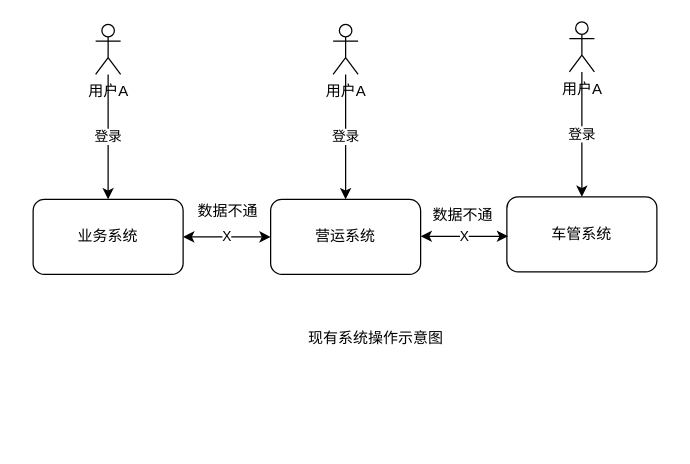
The draw.io diagram 历史系统.drawio in ammengke/my-drawio, before the edit. Source tidied: cells renumbered, new cells numbered last; positions are measured from the earlier drawing's top-left corner, leaving out a move shared by most shapes. Both pictures are drawn from the tidied source at 125%, with x=0, y=0 at pixel (32, 21).
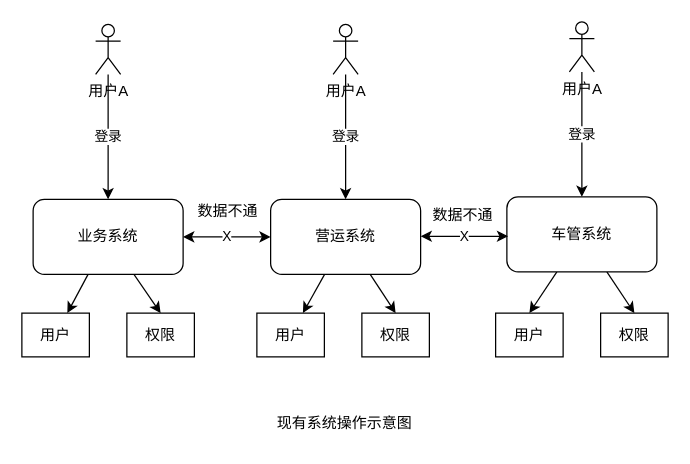
After the change.

The change refers to these unchanged cells:
```xml
<mxCell id="4" value="业务系统" style="rounded=1;whiteSpace=wrap;html=1;" parent="1" vertex="1">
  <mxGeometry y="142" width="120" height="60" as="geometry" />
</mxCell>
<mxCell id="7" value="营运系统" style="rounded=1;whiteSpace=wrap;html=1;" parent="1" vertex="1">
  <mxGeometry x="190" y="142" width="120" height="60" as="geometry" />
</mxCell>
<mxCell id="10" value="车管系统" style="rounded=1;whiteSpace=wrap;html=1;" parent="1" vertex="1">
  <mxGeometry x="379" y="140" width="120" height="60" as="geometry" />
</mxCell>
```

The edit, as a diff of the source:
```diff
@@
+    <mxCell id="16" style="rounded=0;jettySize=auto;html=1;" parent="1" edge="1" source="4" target="22">
+      <mxGeometry relative="1" as="geometry" />
+    </mxCell>
+    <mxCell id="17" style="rounded=0;jettySize=auto;html=1;entryX=0.5;entryY=0;entryDx=0;entryDy=0;" parent="1" edge="1" source="4" target="23">
+      <mxGeometry relative="1" as="geometry" />
+    </mxCell>
@@
+    <mxCell id="18" style="rounded=0;jettySize=auto;html=1;" parent="1" edge="1" source="7" target="24">
+      <mxGeometry relative="1" as="geometry" />
+    </mxCell>
+    <mxCell id="19" style="rounded=0;jettySize=auto;html=1;entryX=0.5;entryY=0;entryDx=0;entryDy=0;" parent="1" edge="1" source="7" target="25">
+      <mxGeometry relative="1" as="geometry" />
+    </mxCell>
@@
+    <mxCell id="20" style="edgeStyle=none;rounded=0;jettySize=auto;html=1;entryX=0.5;entryY=0;entryDx=0;entryDy=0;" parent="1" edge="1" source="10" target="26">
+      <mxGeometry relative="1" as="geometry" />
+    </mxCell>
+    <mxCell id="21" style="edgeStyle=none;rounded=0;jettySize=auto;html=1;entryX=0.5;entryY=0;entryDx=0;entryDy=0;" parent="1" edge="1" source="10" target="27">
+      <mxGeometry relative="1" as="geometry" />
+    </mxCell>
@@
     <mxCell id="11" value="现有系统操作示意图" style="text;html=1;strokeColor=none;fillColor=none;align=center;verticalAlign=middle;whiteSpace=wrap;rounded=0;" parent="1" vertex="1">
-      <mxGeometry x="211" y="238" width="127" height="30" as="geometry" />
+      <mxGeometry x="186" y="306" width="127" height="30" as="geometry" />
     </mxCell>
@@
+    <mxCell id="22" value="用户" style="rounded=0;whiteSpace=wrap;html=1;" parent="1" vertex="1">
+      <mxGeometry x="-9" y="233" width="54" height="35" as="geometry" />
+    </mxCell>
+    <mxCell id="23" value="权限" style="rounded=0;whiteSpace=wrap;html=1;" parent="1" vertex="1">
+      <mxGeometry x="75" y="233" width="54" height="35" as="geometry" />
+    </mxCell>
+    <mxCell id="24" value="用户" style="rounded=0;whiteSpace=wrap;html=1;" parent="1" vertex="1">
+      <mxGeometry x="179" y="233" width="54" height="35" as="geometry" />
+    </mxCell>
+    <mxCell id="25" value="权限" style="rounded=0;whiteSpace=wrap;html=1;" parent="1" vertex="1">
+      <mxGeometry x="263" y="233" width="54" height="35" as="geometry" />
+    </mxCell>
+    <mxCell id="26" value="用户" style="rounded=0;whiteSpace=wrap;html=1;" parent="1" vertex="1">
+      <mxGeometry x="370" y="233" width="54" height="35" as="geometry" />
+    </mxCell>
+    <mxCell id="27" value="权限" style="rounded=0;whiteSpace=wrap;html=1;" parent="1" vertex="1">
+      <mxGeometry x="454" y="233" width="54" height="35" as="geometry" />
+    </mxCell>
```
